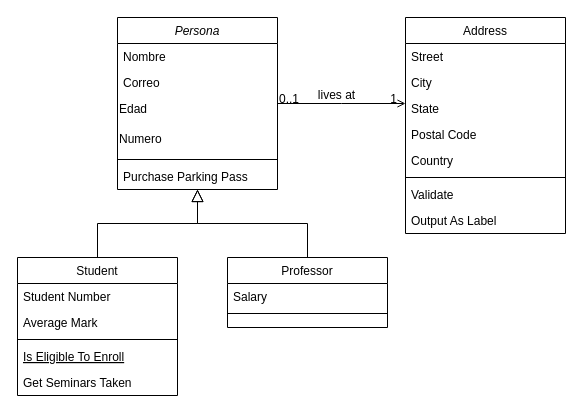
The draw.io diagram Untitled Diagram.drawio in Glen96/Proyecto_Registro_estudiantes, before the edit. Source tidied: cells renumbered, new cells numbered last; positions are measured from the earlier drawing's top-left corner, leaving out a move shared by most shapes. Both pictures are drawn from the tidied source at 100%, with x=0, y=0 at pixel (17, 17).
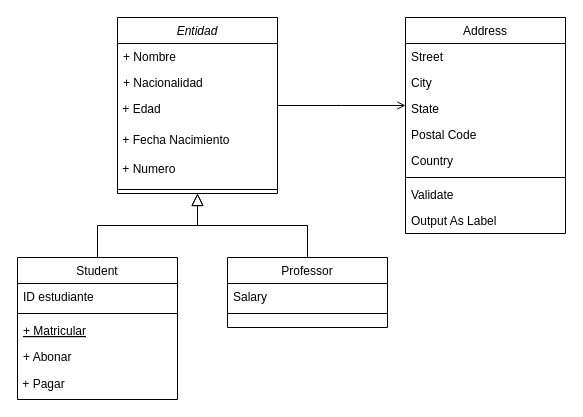
The same diagram, later.

Unchanged cells that the change refers to:
```xml
<mxCell id="29" style="endArrow=open;shadow=0;strokeWidth=1;rounded=0;endFill=1;edgeStyle=elbowEdgeStyle;elbow=vertical;" parent="1" edge="1" source="2" target="20">
  <mxGeometry x="0.5" y="41" relative="1" as="geometry">
    <mxPoint x="-40" y="32" as="offset" />
  </mxGeometry>
</mxCell>
```

What changed in the source:
```diff
@@
-    <mxCell id="2" value="Persona" style="swimlane;fontStyle=2;align=center;verticalAlign=top;horizontal=1;startSize=26;rounded=0;shadow=0;strokeWidth=1;" parent="1" vertex="1">
-      <mxGeometry x="100" width="160" height="172" as="geometry" />
+    <mxCell id="2" value="Entidad" style="swimlane;fontStyle=2;align=center;verticalAlign=top;horizontal=1;startSize=26;rounded=0;shadow=0;strokeWidth=1;" parent="1" vertex="1">
+      <mxGeometry x="100" width="160" height="176" as="geometry" />
     </mxCell>
-    <mxCell id="3" value="Nombre  " style="text;align=left;verticalAlign=top;spacingLeft=4;spacingRight=4;overflow=hidden;" parent="2" vertex="1">
+    <mxCell id="3" value="+ Nombre  " style="text;align=left;verticalAlign=top;spacingLeft=4;spacingRight=4;overflow=hidden;" parent="2" vertex="1">
       <mxGeometry y="26" width="160" height="26" as="geometry" />
     </mxCell>
-    <mxCell id="4" value="Correo" style="text;align=left;verticalAlign=top;spacingLeft=4;spacingRight=4;overflow=hidden;rounded=0;shadow=0;html=0;" parent="2" vertex="1">
+    <mxCell id="4" value="+ Nacionalidad" style="text;align=left;verticalAlign=top;spacingLeft=4;spacingRight=4;overflow=hidden;rounded=0;shadow=0;html=0;" parent="2" vertex="1">
       <mxGeometry y="52" width="160" height="26" as="geometry" />
     </mxCell>
-    <mxCell id="5" value="Edad" style="text;html=1;strokeColor=none;fillColor=none;align=left;verticalAlign=top;whiteSpace=wrap;rounded=0;" parent="2" vertex="1">
+    <mxCell id="5" value="&amp;nbsp;+ Edad" style="text;html=1;strokeColor=none;fillColor=none;align=left;verticalAlign=top;whiteSpace=wrap;rounded=0;" parent="2" vertex="1">
       <mxGeometry y="78" width="160" height="30" as="geometry" />
     </mxCell>
+    <mxCell id="33" value="&amp;nbsp;+ Fecha Nacimiento" style="text;html=1;strokeColor=none;fillColor=none;align=left;verticalAlign=middle;whiteSpace=wrap;rounded=0;" parent="2" vertex="1">
+      <mxGeometry y="108" width="160" height="30" as="geometry" />
+    </mxCell>
-    <mxCell id="6" value="Numero" style="text;html=1;strokeColor=none;fillColor=none;align=left;verticalAlign=top;whiteSpace=wrap;rounded=0;" parent="2" vertex="1">
-      <mxGeometry y="108" width="160" height="30" as="geometry" />
+    <mxCell id="6" value="&amp;nbsp;+ Numero" style="text;html=1;strokeColor=none;fillColor=none;align=left;verticalAlign=top;whiteSpace=wrap;rounded=0;" parent="2" vertex="1">
+      <mxGeometry y="138" width="160" height="30" as="geometry" />
     </mxCell>
     <mxCell id="7" style="line;html=1;strokeWidth=1;align=left;verticalAlign=middle;spacingTop=-1;spacingLeft=3;spacingRight=3;labelPosition=right;" parent="2" vertex="1">
-      <mxGeometry y="138" width="160" height="8" as="geometry" />
+      <mxGeometry y="168" width="160" height="8" as="geometry" />
     </mxCell>
-    <mxCell id="8" value="Purchase Parking Pass" style="text;align=left;verticalAlign=top;spacingLeft=4;spacingRight=4;overflow=hidden;" parent="2" vertex="1">
-      <mxGeometry y="146" width="160" height="26" as="geometry" />
-    </mxCell>
     <mxCell id="9" value="Student" style="swimlane;fontStyle=0;align=center;verticalAlign=top;horizontal=1;startSize=26;rounded=0;shadow=0;strokeWidth=1;" parent="1" vertex="1">
-      <mxGeometry y="240" width="160" height="138" as="geometry" />
+      <mxGeometry y="240" width="160" height="142" as="geometry" />
     </mxCell>
-    <mxCell id="10" value="Student Number" style="text;align=left;verticalAlign=top;spacingLeft=4;spacingRight=4;overflow=hidden;" parent="9" vertex="1">
+    <mxCell id="10" value="ID estudiante" style="text;align=left;verticalAlign=top;spacingLeft=4;spacingRight=4;overflow=hidden;" parent="9" vertex="1">
       <mxGeometry y="26" width="160" height="26" as="geometry" />
     </mxCell>
-    <mxCell id="11" value="Average Mark" style="text;align=left;verticalAlign=top;spacingLeft=4;spacingRight=4;overflow=hidden;rounded=0;shadow=0;html=0;" parent="9" vertex="1">
-      <mxGeometry y="52" width="160" height="26" as="geometry" />
-    </mxCell>
     <mxCell id="12" style="line;html=1;strokeWidth=1;align=left;verticalAlign=middle;spacingTop=-1;spacingLeft=3;spacingRight=3;labelPosition=right;" parent="9" vertex="1">
-      <mxGeometry y="78" width="160" height="8" as="geometry" />
+      <mxGeometry y="52" width="160" height="8" as="geometry" />
     </mxCell>
-    <mxCell id="13" value="Is Eligible To Enroll" style="text;align=left;verticalAlign=top;spacingLeft=4;spacingRight=4;overflow=hidden;fontStyle=4;" parent="9" vertex="1">
-      <mxGeometry y="86" width="160" height="26" as="geometry" />
+    <mxCell id="13" value="+ Matricular" style="text;align=left;verticalAlign=top;spacingLeft=4;spacingRight=4;overflow=hidden;fontStyle=4;" parent="9" vertex="1">
+      <mxGeometry y="60" width="160" height="26" as="geometry" />
     </mxCell>
-    <mxCell id="14" value="Get Seminars Taken" style="text;align=left;verticalAlign=top;spacingLeft=4;spacingRight=4;overflow=hidden;" parent="9" vertex="1">
-      <mxGeometry y="112" width="160" height="26" as="geometry" />
+    <mxCell id="14" value="+ Abonar" style="text;align=left;verticalAlign=top;spacingLeft=4;spacingRight=4;overflow=hidden;" parent="9" vertex="1">
+      <mxGeometry y="86" width="160" height="26" as="geometry" />
     </mxCell>
+    <mxCell id="34" value="&amp;nbsp;+ Pagar" style="text;html=1;strokeColor=none;fillColor=none;align=left;verticalAlign=middle;whiteSpace=wrap;rounded=0;" parent="9" vertex="1">
+      <mxGeometry y="112" width="160" height="30" as="geometry" />
+    </mxCell>
@@
-    <mxCell id="30" value="0..1" style="align=left;verticalAlign=bottom;labelBackgroundColor=none;fontSize=12;" parent="29" vertex="1">
-      <mxGeometry x="-1" relative="1" as="geometry">
-        <mxPoint y="4" as="offset" />
-      </mxGeometry>
-    </mxCell>
-    <mxCell id="31" value="1" style="align=right;verticalAlign=bottom;labelBackgroundColor=none;fontSize=12;" parent="29" vertex="1">
-      <mxGeometry x="1" relative="1" as="geometry">
-        <mxPoint x="-7" y="4" as="offset" />
-      </mxGeometry>
-    </mxCell>
-    <mxCell id="32" value="lives at" style="text;html=1;align=center;verticalAlign=middle;labelBackgroundColor=none;rounded=0;shadow=0;strokeWidth=1;fontSize=12;" parent="29" vertex="1">
-      <mxGeometry x="0.5" y="49" relative="1" as="geometry">
-        <mxPoint x="-38" y="40" as="offset" />
-      </mxGeometry>
-    </mxCell>
```
